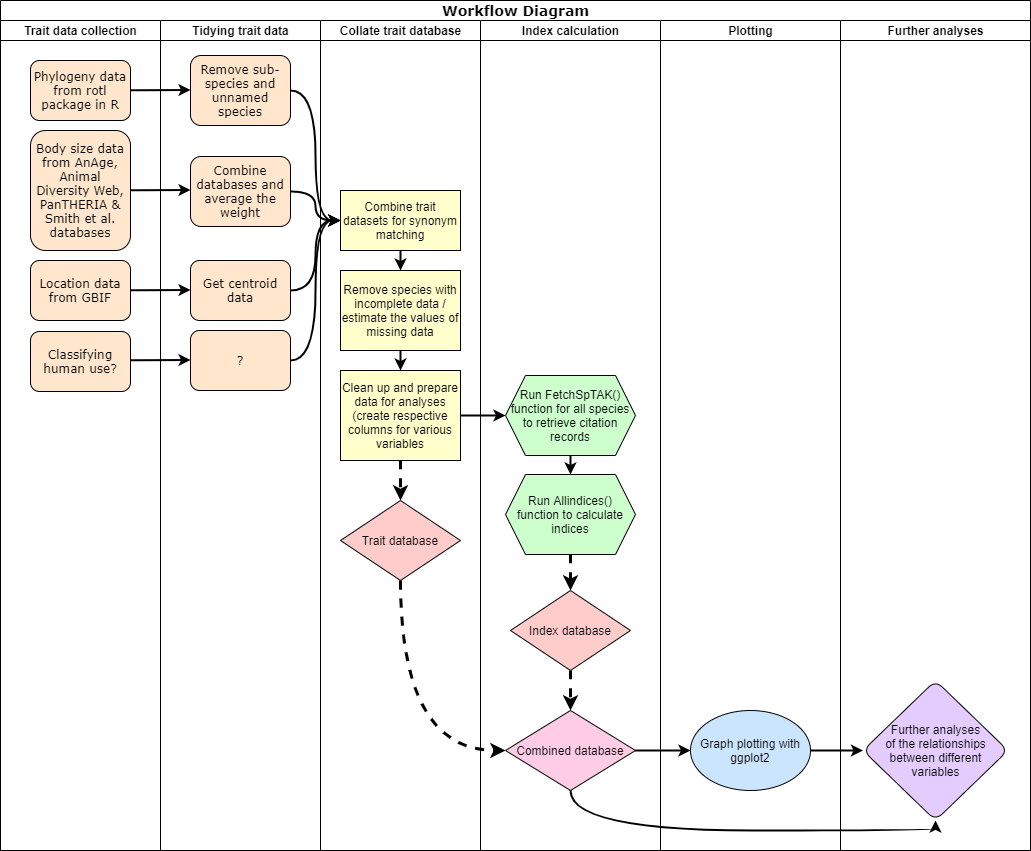
Before: outputs/Workflow diagram.png, a diagram exported from draw.io (jessicatytam/honours). Source tidied: cells renumbered, new cells last; positions are measured from the earlier drawing's top-left corner, leaving out a move shared by most shapes.
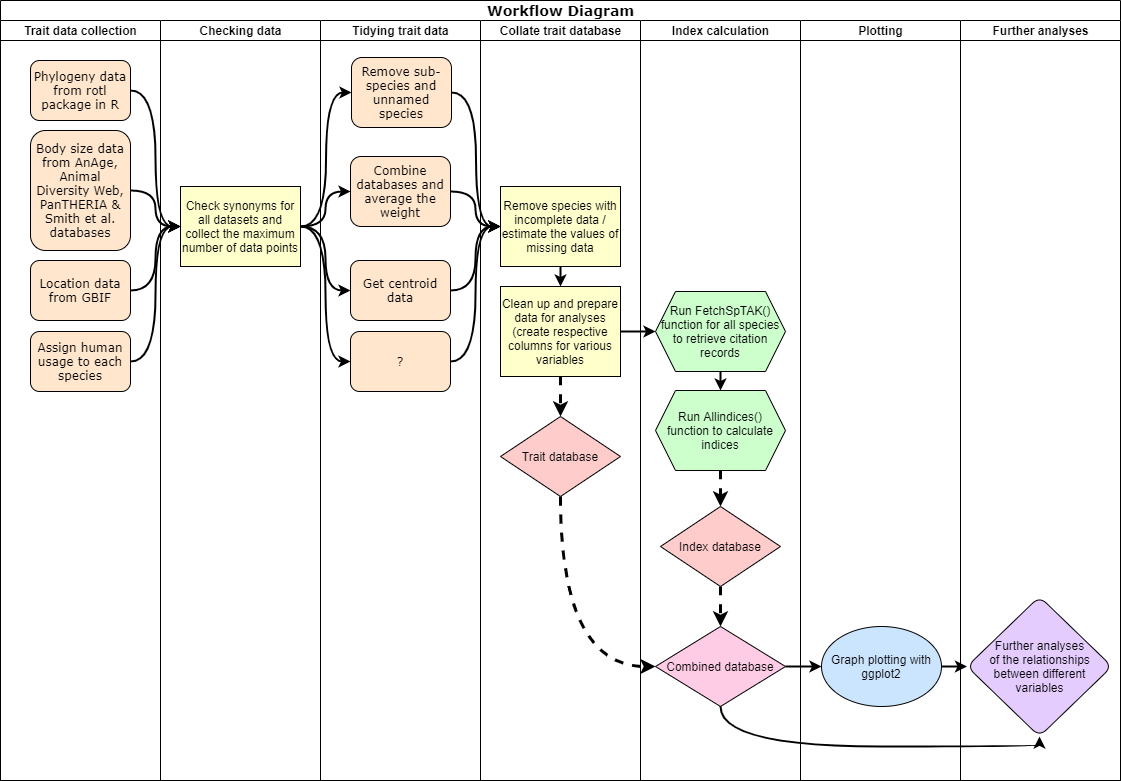
After the commit.

Commit message:
diagrams for proposal

The edit, as a diff of the source:
```diff
@@ -5,6 +5,6 @@
     <mxCell id="2" value="&lt;font style=&quot;font-size: 14px&quot;&gt;Workflow Diagram&lt;/font&gt;" style="swimlane;html=1;startSize=20;rounded=0;shadow=0;labelBackgroundColor=none;strokeWidth=1;fontFamily=Verdana;fontSize=8;align=center;" parent="1" vertex="1">
-      <mxGeometry width="1030" height="850" as="geometry" />
+      <mxGeometry width="1120" height="780" as="geometry" />
     </mxCell>
     <mxCell id="3" value="Trait data collection" style="swimlane;html=1;startSize=20;" parent="2" vertex="1">
-      <mxGeometry y="20" width="160" height="830" as="geometry" />
+      <mxGeometry y="20" width="160" height="760" as="geometry" />
     </mxCell>
@@ -19,69 +19,37 @@
     </mxCell>
-    <mxCell id="7" value="&lt;font style=&quot;font-size: 12px&quot;&gt;Classifying human use?&lt;/font&gt;" style="rounded=1;whiteSpace=wrap;html=1;shadow=0;labelBackgroundColor=none;strokeWidth=1;fontFamily=Verdana;fontSize=8;align=center;fillColor=#FFE6CC;" parent="3" vertex="1">
+    <mxCell id="7" value="&lt;font style=&quot;font-size: 12px&quot;&gt;Assign human usage to each species&lt;/font&gt;" style="rounded=1;whiteSpace=wrap;html=1;shadow=0;labelBackgroundColor=none;strokeWidth=1;fontFamily=Verdana;fontSize=8;align=center;fillColor=#FFE6CC;" parent="3" vertex="1">
       <mxGeometry x="30" y="311" width="100" height="60" as="geometry" />
     </mxCell>
-    <mxCell id="8" style="endArrow=classic;html=1;strokeWidth=2;" parent="3" edge="1" source="4">
-      <mxGeometry relative="1" as="geometry">
-        <mxPoint x="190" y="69.5" as="targetPoint" />
-      </mxGeometry>
-    </mxCell>
+    <mxCell id="46" style="edgeStyle=orthogonalEdgeStyle;rounded=0;jettySize=auto;html=1;strokeWidth=2;entryX=0;entryY=0.5;entryDx=0;entryDy=0;curved=1;" parent="2" edge="1" source="4" target="18">
+      <mxGeometry relative="1" as="geometry" />
+    </mxCell>
+    <mxCell id="47" style="edgeStyle=orthogonalEdgeStyle;curved=1;rounded=0;jettySize=auto;html=1;strokeWidth=2;entryX=0;entryY=0.5;entryDx=0;entryDy=0;" parent="2" edge="1" source="5" target="18">
+      <mxGeometry relative="1" as="geometry" />
+    </mxCell>
-    <mxCell id="9" value="Tidying trait data" style="swimlane;html=1;startSize=20;" parent="2" vertex="1">
-      <mxGeometry x="160" y="20" width="160" height="830" as="geometry" />
+    <mxCell id="9" value="Checking data" style="swimlane;html=1;startSize=20;" parent="2" vertex="1">
+      <mxGeometry x="160" y="20" width="160" height="760" as="geometry" />
     </mxCell>
-    <mxCell id="10" style="endArrow=classic;html=1;strokeWidth=2;" parent="9" edge="1">
-      <mxGeometry relative="1" as="geometry">
-        <mxPoint x="-30" y="339.8" as="sourcePoint" />
-        <mxPoint x="30" y="339.5" as="targetPoint" />
-      </mxGeometry>
-    </mxCell>
-    <mxCell id="11" style="endArrow=classic;html=1;strokeWidth=2;" parent="9" edge="1">
-      <mxGeometry relative="1" as="geometry">
-        <mxPoint x="-30" y="269.8" as="sourcePoint" />
-        <mxPoint x="30" y="269.5" as="targetPoint" />
-      </mxGeometry>
-    </mxCell>
-    <mxCell id="12" style="endArrow=classic;html=1;strokeWidth=2;" parent="9" edge="1">
-      <mxGeometry relative="1" as="geometry">
-        <mxPoint x="-30" y="169.8" as="sourcePoint" />
-        <mxPoint x="30" y="169.5" as="targetPoint" />
-      </mxGeometry>
-    </mxCell>
-    <mxCell id="13" value="&lt;font style=&quot;font-size: 12px&quot;&gt;Remove sub-species and unnamed species&lt;/font&gt;" style="rounded=1;whiteSpace=wrap;html=1;shadow=0;labelBackgroundColor=none;strokeWidth=1;fontFamily=Verdana;fontSize=8;align=center;fillColor=#FFE6CC;" parent="9" vertex="1">
-      <mxGeometry x="30" y="35" width="100" height="70" as="geometry" />
-    </mxCell>
-    <mxCell id="14" value="&lt;font style=&quot;font-size: 12px&quot;&gt;Get centroid data&lt;/font&gt;" style="rounded=1;whiteSpace=wrap;html=1;shadow=0;labelBackgroundColor=none;strokeWidth=1;fontFamily=Verdana;fontSize=8;align=center;fillColor=#FFE6CC;" parent="9" vertex="1">
-      <mxGeometry x="30" y="240" width="100" height="60" as="geometry" />
-    </mxCell>
-    <mxCell id="15" value="&lt;font style=&quot;font-size: 12px&quot;&gt;?&lt;/font&gt;" style="rounded=1;whiteSpace=wrap;html=1;shadow=0;labelBackgroundColor=none;strokeWidth=1;fontFamily=Verdana;fontSize=8;align=center;fillColor=#FFE6CC;" parent="9" vertex="1">
-      <mxGeometry x="30" y="310" width="100" height="60" as="geometry" />
-    </mxCell>
-    <mxCell id="16" value="&lt;font style=&quot;font-size: 12px&quot;&gt;Combine databases and average the weight&lt;/font&gt;" style="rounded=1;whiteSpace=wrap;html=1;shadow=0;labelBackgroundColor=none;strokeWidth=1;fontFamily=Verdana;fontSize=8;align=center;fillColor=#FFE6CC;" parent="9" vertex="1">
-      <mxGeometry x="30" y="136" width="100" height="70" as="geometry" />
-    </mxCell>
-    <mxCell id="17" value="Collate trait database" style="swimlane;html=1;startSize=20;horizontal=1;" parent="2" vertex="1">
-      <mxGeometry x="320" y="20" width="160" height="830" as="geometry" />
-    </mxCell>
-    <mxCell id="18" value="Combine trait datasets for synonym matching" style="rounded=0;whiteSpace=wrap;html=1;fillColor=#FFFFCC;" parent="17" vertex="1">
-      <mxGeometry x="20" y="170" width="120" height="60" as="geometry" />
+    <mxCell id="18" value="Check synonyms for all datasets and collect the maximum number of data points" style="rounded=0;whiteSpace=wrap;html=1;fillColor=#FFFFCC;" parent="9" vertex="1">
+      <mxGeometry x="20" y="166" width="120" height="80" as="geometry" />
     </mxCell>
-    <mxCell id="19" value="Remove species with incomplete data / estimate the values of missing data" style="rounded=0;whiteSpace=wrap;html=1;fillColor=#FFFFCC;" parent="17" vertex="1">
-      <mxGeometry x="20" y="250" width="120" height="80" as="geometry" />
-    </mxCell>
-    <mxCell id="20" value="Clean up and prepare data for analyses (create respective columns for various variables" style="rounded=0;whiteSpace=wrap;html=1;fillColor=#FFFFCC;" parent="17" vertex="1">
-      <mxGeometry x="20" y="350" width="120" height="90" as="geometry" />
-    </mxCell>
-    <mxCell id="21" style="edgeStyle=orthogonalEdgeStyle;curved=1;rounded=0;jettySize=auto;html=1;entryX=0.5;entryY=0;entryDx=0;entryDy=0;strokeWidth=2;" parent="17" edge="1" source="18" target="19">
-      <mxGeometry relative="1" as="geometry" />
-    </mxCell>
-    <mxCell id="22" style="edgeStyle=orthogonalEdgeStyle;curved=1;rounded=0;jettySize=auto;html=1;entryX=0.5;entryY=0;entryDx=0;entryDy=0;strokeWidth=2;" parent="17" edge="1" source="19" target="20">
-      <mxGeometry relative="1" as="geometry" />
-    </mxCell>
-    <mxCell id="23" style="edgeStyle=orthogonalEdgeStyle;curved=1;rounded=0;jettySize=auto;html=1;entryX=0.5;entryY=0;entryDx=0;entryDy=0;labelBorderColor=none;dashed=1;strokeWidth=3;" parent="17" edge="1" source="20" target="24">
-      <mxGeometry relative="1" as="geometry" />
-    </mxCell>
-    <mxCell id="24" value="Trait database" style="rhombus;whiteSpace=wrap;html=1;fillColor=#FFCCCC;" parent="17" vertex="1">
-      <mxGeometry x="20" y="480" width="120" height="80" as="geometry" />
-    </mxCell>
+    <mxCell id="48" style="edgeStyle=orthogonalEdgeStyle;curved=1;rounded=0;jettySize=auto;html=1;strokeWidth=2;entryX=0;entryY=0.5;entryDx=0;entryDy=0;" parent="2" edge="1" source="6" target="18">
+      <mxGeometry relative="1" as="geometry" />
+    </mxCell>
+    <mxCell id="49" style="edgeStyle=orthogonalEdgeStyle;curved=1;rounded=0;jettySize=auto;html=1;strokeWidth=2;entryX=0;entryY=0.5;entryDx=0;entryDy=0;" parent="2" edge="1" source="7" target="18">
+      <mxGeometry relative="1" as="geometry" />
+    </mxCell>
+    <mxCell id="35" value="Further analyses" style="swimlane;html=1;startSize=20;" parent="1" vertex="1">
+      <mxGeometry x="960" y="20" width="160" height="760" as="geometry" />
+    </mxCell>
+    <mxCell id="36" value="&lt;span&gt;Further analyses&lt;/span&gt;&lt;br&gt;&lt;span&gt;of the relationships&lt;/span&gt;&lt;br&gt;&lt;span&gt;between different variables&lt;/span&gt;" style="rhombus;whiteSpace=wrap;html=1;fillColor=#E5CCFF;rounded=1;" parent="35" vertex="1">
+      <mxGeometry x="6.5" y="576" width="145" height="140" as="geometry" />
+    </mxCell>
+    <mxCell id="33" value="Plotting" style="swimlane;html=1;startSize=20;" parent="1" vertex="1">
+      <mxGeometry x="800" y="20" width="160" height="760" as="geometry" />
+    </mxCell>
+    <mxCell id="34" value="Graph plotting with ggplot2" style="ellipse;whiteSpace=wrap;html=1;fillColor=#CCE5FF;" parent="33" vertex="1">
+      <mxGeometry x="21" y="606" width="120" height="80" as="geometry" />
+    </mxCell>
-    <mxCell id="25" value="Index calculation" style="swimlane;html=1;startSize=20;" parent="2" vertex="1">
-      <mxGeometry x="480" y="20" width="180" height="830" as="geometry" />
+    <mxCell id="25" value="Index calculation" style="swimlane;html=1;startSize=20;" parent="1" vertex="1">
+      <mxGeometry x="640" y="20" width="160" height="760" as="geometry" />
     </mxCell>
@@ -92,3 +60,3 @@
       <mxGeometry relative="1" as="geometry">
-        <mxPoint x="90" y="534" as="sourcePoint" />
+        <mxPoint x="80" y="450" as="sourcePoint" />
       </mxGeometry>
@@ -96,6 +64,6 @@
     <mxCell id="28" value="Run FetchSpTAK()&lt;br&gt;function for all species to retrieve citation&lt;br&gt;records" style="shape=hexagon;perimeter=hexagonPerimeter2;whiteSpace=wrap;html=1;fixedSize=1;rounded=0;fillColor=#CCFFCC;sketch=0;shadow=0;" parent="25" vertex="1">
-      <mxGeometry x="25" y="355" width="130" height="80" as="geometry" />
+      <mxGeometry x="15" y="271" width="130" height="80" as="geometry" />
     </mxCell>
     <mxCell id="29" value="Run Allindices() function to calculate indices" style="shape=hexagon;perimeter=hexagonPerimeter2;whiteSpace=wrap;html=1;fixedSize=1;rounded=0;fillColor=#CCFFCC;" parent="25" vertex="1">
-      <mxGeometry x="25" y="454" width="130" height="80" as="geometry" />
+      <mxGeometry x="15" y="370" width="130" height="80" as="geometry" />
     </mxCell>
@@ -105,38 +73,49 @@
     <mxCell id="31" value="Combined database" style="rhombus;whiteSpace=wrap;html=1;fillColor=#FFCCE6;" parent="25" vertex="1">
-      <mxGeometry x="25" y="690" width="130" height="80" as="geometry" />
+      <mxGeometry x="15" y="606" width="130" height="80" as="geometry" />
     </mxCell>
     <mxCell id="32" value="Index database" style="rhombus;whiteSpace=wrap;html=1;fillColor=#FFCCCC;" parent="25" vertex="1">
-      <mxGeometry x="30" y="570" width="120" height="80" as="geometry" />
+      <mxGeometry x="20" y="486" width="120" height="80" as="geometry" />
     </mxCell>
-    <mxCell id="33" value="Plotting" style="swimlane;html=1;startSize=20;" parent="2" vertex="1">
-      <mxGeometry x="660" y="20" width="180" height="830" as="geometry" />
-    </mxCell>
-    <mxCell id="34" value="Graph plotting with ggplot2" style="ellipse;whiteSpace=wrap;html=1;fillColor=#CCE5FF;" parent="33" vertex="1">
-      <mxGeometry x="30" y="690" width="120" height="80" as="geometry" />
-    </mxCell>
-    <mxCell id="35" value="Further analyses" style="swimlane;html=1;startSize=20;" parent="2" vertex="1">
-      <mxGeometry x="840" y="20" width="190" height="830" as="geometry" />
-    </mxCell>
-    <mxCell id="36" value="&lt;span&gt;Further analyses&lt;/span&gt;&lt;br&gt;&lt;span&gt;of the relationships&lt;/span&gt;&lt;br&gt;&lt;span&gt;between different variables&lt;/span&gt;" style="rhombus;whiteSpace=wrap;html=1;fillColor=#E5CCFF;rounded=1;" parent="35" vertex="1">
-      <mxGeometry x="22.5" y="660" width="145" height="140" as="geometry" />
-    </mxCell>
-    <mxCell id="37" style="edgeStyle=orthogonalEdgeStyle;rounded=0;jettySize=auto;html=1;entryX=0;entryY=0.5;entryDx=0;entryDy=0;curved=1;strokeWidth=2;" parent="2" edge="1" source="13" target="18">
-      <mxGeometry relative="1" as="geometry" />
-    </mxCell>
-    <mxCell id="38" style="edgeStyle=orthogonalEdgeStyle;rounded=0;jettySize=auto;html=1;entryX=0;entryY=0.5;entryDx=0;entryDy=0;curved=1;strokeWidth=2;" parent="2" edge="1" source="16" target="18">
-      <mxGeometry relative="1" as="geometry" />
-    </mxCell>
-    <mxCell id="39" style="edgeStyle=orthogonalEdgeStyle;curved=1;rounded=0;jettySize=auto;html=1;entryX=0;entryY=0.5;entryDx=0;entryDy=0;strokeWidth=2;" parent="2" edge="1" source="14" target="18">
-      <mxGeometry relative="1" as="geometry" />
-    </mxCell>
-    <mxCell id="40" style="edgeStyle=orthogonalEdgeStyle;curved=1;rounded=0;jettySize=auto;html=1;entryX=0;entryY=0.5;entryDx=0;entryDy=0;strokeWidth=2;" parent="2" edge="1" source="15" target="18">
-      <mxGeometry relative="1" as="geometry" />
-    </mxCell>
+    <mxCell id="17" value="Collate trait database" style="swimlane;html=1;startSize=20;horizontal=1;" parent="1" vertex="1">
+      <mxGeometry x="480" y="20" width="160" height="760" as="geometry" />
+    </mxCell>
+    <mxCell id="19" value="Remove species with incomplete data / estimate the values of missing data" style="rounded=0;whiteSpace=wrap;html=1;fillColor=#FFFFCC;" parent="17" vertex="1">
+      <mxGeometry x="20" y="166" width="120" height="80" as="geometry" />
+    </mxCell>
+    <mxCell id="20" value="Clean up and prepare data for analyses (create respective columns for various variables" style="rounded=0;whiteSpace=wrap;html=1;fillColor=#FFFFCC;" parent="17" vertex="1">
+      <mxGeometry x="20" y="266" width="120" height="90" as="geometry" />
+    </mxCell>
+    <mxCell id="22" style="edgeStyle=orthogonalEdgeStyle;curved=1;rounded=0;jettySize=auto;html=1;entryX=0.5;entryY=0;entryDx=0;entryDy=0;strokeWidth=2;" parent="17" edge="1" source="19" target="20">
+      <mxGeometry relative="1" as="geometry" />
+    </mxCell>
+    <mxCell id="23" style="edgeStyle=orthogonalEdgeStyle;curved=1;rounded=0;jettySize=auto;html=1;entryX=0.5;entryY=0;entryDx=0;entryDy=0;labelBorderColor=none;dashed=1;strokeWidth=3;" parent="17" edge="1" source="20" target="24">
+      <mxGeometry relative="1" as="geometry" />
+    </mxCell>
+    <mxCell id="24" value="Trait database" style="rhombus;whiteSpace=wrap;html=1;fillColor=#FFCCCC;" parent="17" vertex="1">
+      <mxGeometry x="20" y="396" width="120" height="80" as="geometry" />
+    </mxCell>
+    <mxCell id="50" value="Tidying trait data" style="swimlane;html=1;startSize=20;" parent="1" vertex="1">
+      <mxGeometry x="320" y="20" width="160" height="760" as="geometry" />
+    </mxCell>
+    <mxCell id="44" style="edgeStyle=orthogonalEdgeStyle;curved=1;rounded=0;jettySize=auto;html=1;strokeWidth=2;entryX=0;entryY=0.5;entryDx=0;entryDy=0;" parent="1" edge="1" source="34" target="36">
+      <mxGeometry relative="1" as="geometry" />
+    </mxCell>
+    <mxCell id="45" style="edgeStyle=orthogonalEdgeStyle;curved=1;rounded=0;jettySize=auto;html=1;strokeWidth=2;entryX=0.5;entryY=1;entryDx=0;entryDy=0;exitX=0.5;exitY=1;exitDx=0;exitDy=0;" parent="1" edge="1" source="31" target="36">
+      <mxGeometry relative="1" as="geometry">
+        <Array as="points">
+          <mxPoint x="720" y="746" />
+          <mxPoint x="1039" y="746" />
+        </Array>
+      </mxGeometry>
+    </mxCell>
+    <mxCell id="43" style="edgeStyle=orthogonalEdgeStyle;curved=1;rounded=0;jettySize=auto;html=1;strokeWidth=2;" parent="1" edge="1" source="31" target="34">
+      <mxGeometry relative="1" as="geometry" />
+    </mxCell>
-    <mxCell id="41" style="edgeStyle=orthogonalEdgeStyle;curved=1;rounded=0;jettySize=auto;html=1;strokeWidth=2;" parent="2" edge="1" source="20" target="28">
+    <mxCell id="41" style="edgeStyle=orthogonalEdgeStyle;curved=1;rounded=0;jettySize=auto;html=1;strokeWidth=2;" parent="1" edge="1" source="20" target="28">
       <mxGeometry relative="1" as="geometry" />
     </mxCell>
-    <mxCell id="42" style="edgeStyle=orthogonalEdgeStyle;curved=1;rounded=0;jettySize=auto;html=1;dashed=1;strokeWidth=3;entryX=0;entryY=0.5;entryDx=0;entryDy=0;" parent="2" edge="1" source="24" target="31">
+    <mxCell id="42" style="edgeStyle=orthogonalEdgeStyle;curved=1;rounded=0;jettySize=auto;html=1;dashed=1;strokeWidth=3;entryX=0;entryY=0.5;entryDx=0;entryDy=0;exitX=0.5;exitY=1;exitDx=0;exitDy=0;" parent="1" edge="1" source="24" target="31">
       <mxGeometry relative="1" as="geometry">
         <Array as="points">
-          <mxPoint x="400" y="750" />
+          <mxPoint x="560" y="666" />
         </Array>
@@ -144,16 +123,38 @@
     </mxCell>
-    <mxCell id="43" style="edgeStyle=orthogonalEdgeStyle;curved=1;rounded=0;jettySize=auto;html=1;strokeWidth=2;" parent="2" edge="1" source="31" target="34">
-      <mxGeometry relative="1" as="geometry" />
-    </mxCell>
-    <mxCell id="44" style="edgeStyle=orthogonalEdgeStyle;curved=1;rounded=0;jettySize=auto;html=1;strokeWidth=2;entryX=0;entryY=0.5;entryDx=0;entryDy=0;" parent="2" edge="1" source="34" target="36">
-      <mxGeometry relative="1" as="geometry" />
-    </mxCell>
-    <mxCell id="45" style="edgeStyle=orthogonalEdgeStyle;curved=1;rounded=0;jettySize=auto;html=1;strokeWidth=2;entryX=0.5;entryY=1;entryDx=0;entryDy=0;" parent="2" edge="1" source="31" target="36">
-      <mxGeometry relative="1" as="geometry">
-        <Array as="points">
-          <mxPoint x="570" y="830" />
-          <mxPoint x="935" y="830" />
-        </Array>
-      </mxGeometry>
-    </mxCell>
+    <mxCell id="51" style="edgeStyle=orthogonalEdgeStyle;curved=1;rounded=0;jettySize=auto;html=1;strokeWidth=2;entryX=0;entryY=0.5;entryDx=0;entryDy=0;" parent="1" edge="1" source="13" target="19">
+      <mxGeometry relative="1" as="geometry" />
+    </mxCell>
+    <mxCell id="13" value="&lt;font style=&quot;font-size: 12px&quot;&gt;Remove sub-species and unnamed species&lt;/font&gt;" style="rounded=1;whiteSpace=wrap;html=1;shadow=0;labelBackgroundColor=none;strokeWidth=1;fontFamily=Verdana;fontSize=8;align=center;fillColor=#FFE6CC;" parent="1" vertex="1">
+      <mxGeometry x="351" y="57" width="100" height="70" as="geometry" />
+    </mxCell>
+    <mxCell id="52" style="edgeStyle=orthogonalEdgeStyle;curved=1;rounded=0;jettySize=auto;html=1;strokeWidth=2;entryX=0;entryY=0.5;entryDx=0;entryDy=0;" parent="1" edge="1" source="14" target="19">
+      <mxGeometry relative="1" as="geometry" />
+    </mxCell>
+    <mxCell id="14" value="&lt;font style=&quot;font-size: 12px&quot;&gt;Get centroid data&lt;/font&gt;" style="rounded=1;whiteSpace=wrap;html=1;shadow=0;labelBackgroundColor=none;strokeWidth=1;fontFamily=Verdana;fontSize=8;align=center;fillColor=#FFE6CC;" parent="1" vertex="1">
+      <mxGeometry x="350" y="260" width="100" height="60" as="geometry" />
+    </mxCell>
+    <mxCell id="53" style="edgeStyle=orthogonalEdgeStyle;curved=1;rounded=0;jettySize=auto;html=1;strokeWidth=2;entryX=0;entryY=0.5;entryDx=0;entryDy=0;" parent="1" edge="1" source="15" target="19">
+      <mxGeometry relative="1" as="geometry" />
+    </mxCell>
+    <mxCell id="15" value="&lt;font style=&quot;font-size: 12px&quot;&gt;?&lt;/font&gt;" style="rounded=1;whiteSpace=wrap;html=1;shadow=0;labelBackgroundColor=none;strokeWidth=1;fontFamily=Verdana;fontSize=8;align=center;fillColor=#FFE6CC;" parent="1" vertex="1">
+      <mxGeometry x="350" y="331" width="100" height="60" as="geometry" />
+    </mxCell>
+    <mxCell id="54" style="edgeStyle=orthogonalEdgeStyle;curved=1;rounded=0;jettySize=auto;html=1;strokeWidth=2;entryX=0;entryY=0.5;entryDx=0;entryDy=0;" parent="1" edge="1" source="16" target="19">
+      <mxGeometry relative="1" as="geometry" />
+    </mxCell>
+    <mxCell id="16" value="&lt;font style=&quot;font-size: 12px&quot;&gt;Combine databases and average the weight&lt;/font&gt;" style="rounded=1;whiteSpace=wrap;html=1;shadow=0;labelBackgroundColor=none;strokeWidth=1;fontFamily=Verdana;fontSize=8;align=center;fillColor=#FFE6CC;" parent="1" vertex="1">
+      <mxGeometry x="350" y="156" width="100" height="70" as="geometry" />
+    </mxCell>
+    <mxCell id="55" style="edgeStyle=orthogonalEdgeStyle;curved=1;rounded=0;jettySize=auto;html=1;strokeWidth=2;" parent="1" edge="1" source="18" target="16">
+      <mxGeometry relative="1" as="geometry" />
+    </mxCell>
+    <mxCell id="56" style="edgeStyle=orthogonalEdgeStyle;curved=1;rounded=0;jettySize=auto;html=1;strokeWidth=2;entryX=0;entryY=0.5;entryDx=0;entryDy=0;" parent="1" edge="1" source="18" target="13">
+      <mxGeometry relative="1" as="geometry" />
+    </mxCell>
+    <mxCell id="57" style="edgeStyle=orthogonalEdgeStyle;curved=1;rounded=0;jettySize=auto;html=1;strokeWidth=2;entryX=0;entryY=0.5;entryDx=0;entryDy=0;" parent="1" edge="1" source="18" target="15">
+      <mxGeometry relative="1" as="geometry" />
+    </mxCell>
+    <mxCell id="58" style="edgeStyle=orthogonalEdgeStyle;curved=1;rounded=0;jettySize=auto;html=1;strokeWidth=2;entryX=0;entryY=0.5;entryDx=0;entryDy=0;exitX=1;exitY=0.5;exitDx=0;exitDy=0;" parent="1" edge="1" source="18" target="14">
+      <mxGeometry relative="1" as="geometry" />
+    </mxCell>
   </root>
```
